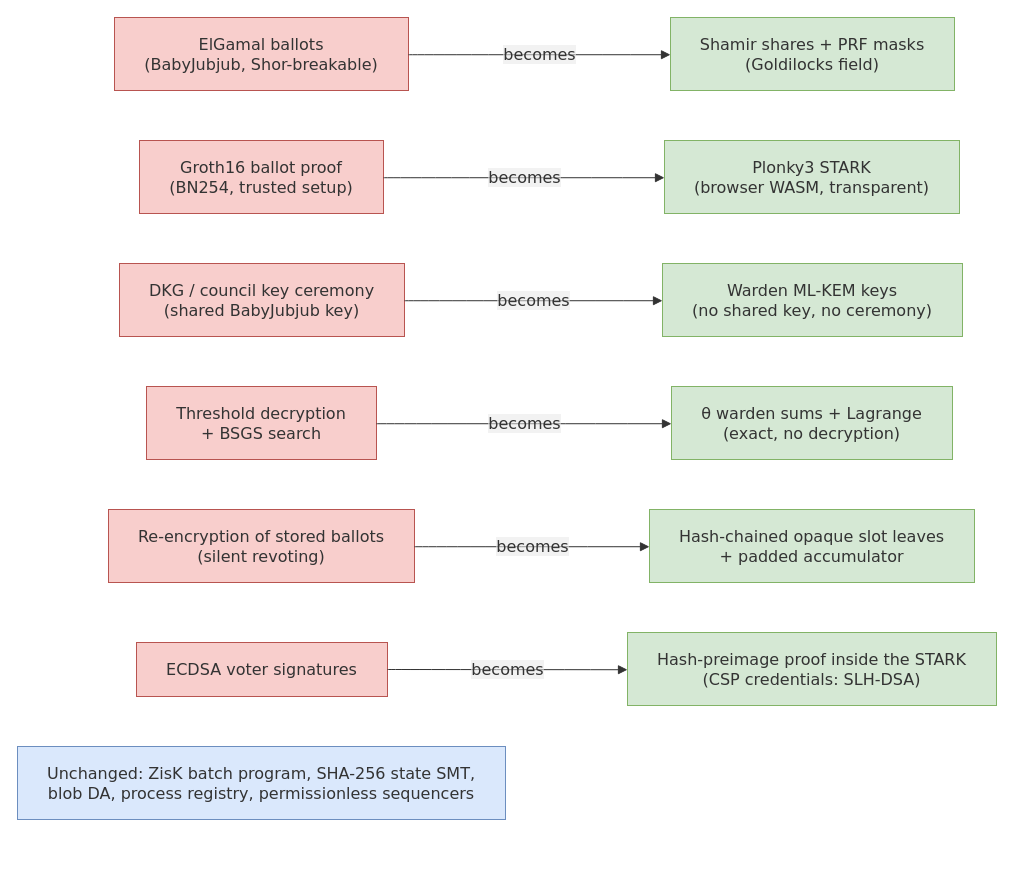
This is v3-pq/figures/src/architecture-delta.drawio from vocdoni/davinci-paper, a draw.io file, before an edit. Source tidied: cells renumbered, new cells numbered last; positions are measured from the earlier drawing's top-left corner, leaving out a move shared by most shapes. Both pictures are drawn from the tidied source at 100%, with x=0, y=0 at pixel (17, 17).
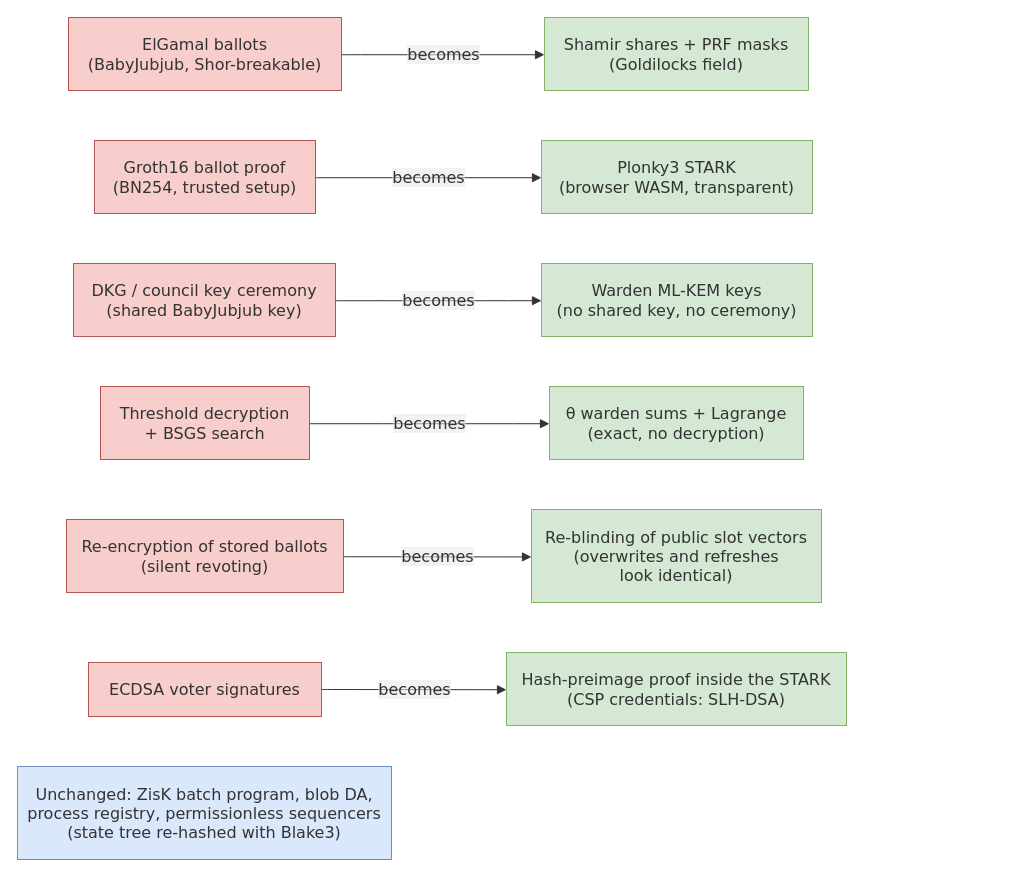
The same diagram, later.

The edit, as a diff of the source:
```diff
@@
     <mxCell id="2" value="ElGamal ballots&#10;(BabyJubjub, Shor-breakable)" style="html=1;whiteSpace=wrap;strokeWidth=1;fillColor=#f8cecc;strokeColor=#b85450;fontColor=light-dark(#333333,#cccccc);fontFamily=Trebuchet MS,Verdana,Arial,sans-serif;fontSize=16;" parent="1" vertex="1">
-      <mxGeometry x="97" width="294" height="73" as="geometry" />
+      <mxGeometry x="51" width="273" height="73" as="geometry" />
     </mxCell>
     <mxCell id="3" value="Shamir shares + PRF masks&#10;(Goldilocks field)" style="html=1;whiteSpace=wrap;strokeWidth=1;fillColor=#d5e8d4;strokeColor=#82b366;fontColor=light-dark(#333333,#cccccc);fontFamily=Trebuchet MS,Verdana,Arial,sans-serif;fontSize=16;" parent="1" vertex="1">
-      <mxGeometry x="653" width="284" height="73" as="geometry" />
+      <mxGeometry x="527" width="264" height="73" as="geometry" />
     </mxCell>
     <mxCell id="4" value="Groth16 ballot proof&#10;(BN254, trusted setup)" style="html=1;whiteSpace=wrap;strokeWidth=1;fillColor=#f8cecc;strokeColor=#b85450;fontColor=light-dark(#333333,#cccccc);fontFamily=Trebuchet MS,Verdana,Arial,sans-serif;fontSize=16;" parent="1" vertex="1">
-      <mxGeometry x="122" y="123" width="244" height="73" as="geometry" />
+      <mxGeometry x="77" y="123" width="221" height="73" as="geometry" />
     </mxCell>
     <mxCell id="5" value="Plonky3 STARK&#10;(browser WASM, transparent)" style="html=1;whiteSpace=wrap;strokeWidth=1;fillColor=#d5e8d4;strokeColor=#82b366;fontColor=light-dark(#333333,#cccccc);fontFamily=Trebuchet MS,Verdana,Arial,sans-serif;fontSize=16;" parent="1" vertex="1">
-      <mxGeometry x="647" y="123" width="295" height="73" as="geometry" />
+      <mxGeometry x="524" y="123" width="271" height="73" as="geometry" />
     </mxCell>
     <mxCell id="6" value="DKG / council key ceremony&#10;(shared BabyJubjub key)" style="html=1;whiteSpace=wrap;strokeWidth=1;fillColor=#f8cecc;strokeColor=#b85450;fontColor=light-dark(#333333,#cccccc);fontFamily=Trebuchet MS,Verdana,Arial,sans-serif;fontSize=16;" parent="1" vertex="1">
-      <mxGeometry x="102" y="246" width="285" height="73" as="geometry" />
+      <mxGeometry x="56" y="246" width="262" height="73" as="geometry" />
     </mxCell>
     <mxCell id="7" value="Warden ML-KEM keys&#10;(no shared key, no ceremony)" style="html=1;whiteSpace=wrap;strokeWidth=1;fillColor=#d5e8d4;strokeColor=#82b366;fontColor=light-dark(#333333,#cccccc);fontFamily=Trebuchet MS,Verdana,Arial,sans-serif;fontSize=16;" parent="1" vertex="1">
-      <mxGeometry x="645" y="246" width="300" height="73" as="geometry" />
+      <mxGeometry x="524" y="246" width="271" height="73" as="geometry" />
     </mxCell>
     <mxCell id="8" value="Threshold decryption&#10;+ BSGS search" style="html=1;whiteSpace=wrap;strokeWidth=1;fillColor=#f8cecc;strokeColor=#b85450;fontColor=light-dark(#333333,#cccccc);fontFamily=Trebuchet MS,Verdana,Arial,sans-serif;fontSize=16;" parent="1" vertex="1">
-      <mxGeometry x="129" y="369" width="230" height="73" as="geometry" />
+      <mxGeometry x="83" y="369" width="209" height="73" as="geometry" />
     </mxCell>
     <mxCell id="9" value="θ warden sums + Lagrange&#10;(exact, no decryption)" style="html=1;whiteSpace=wrap;strokeWidth=1;fillColor=#d5e8d4;strokeColor=#82b366;fontColor=light-dark(#333333,#cccccc);fontFamily=Trebuchet MS,Verdana,Arial,sans-serif;fontSize=16;" parent="1" vertex="1">
-      <mxGeometry x="654" y="369" width="281" height="73" as="geometry" />
+      <mxGeometry x="532" y="369" width="254" height="73" as="geometry" />
     </mxCell>
     <mxCell id="10" value="Re-encryption of stored ballots&#10;(silent revoting)" style="html=1;whiteSpace=wrap;strokeWidth=1;fillColor=#f8cecc;strokeColor=#b85450;fontColor=light-dark(#333333,#cccccc);fontFamily=Trebuchet MS,Verdana,Arial,sans-serif;fontSize=16;" parent="1" vertex="1">
-      <mxGeometry x="91" y="492" width="306" height="73" as="geometry" />
+      <mxGeometry x="49" y="502" width="277" height="73" as="geometry" />
     </mxCell>
-    <mxCell id="11" value="Hash-chained opaque slot leaves&#10;+ padded accumulator" style="html=1;whiteSpace=wrap;strokeWidth=1;fillColor=#d5e8d4;strokeColor=#82b366;fontColor=light-dark(#333333,#cccccc);fontFamily=Trebuchet MS,Verdana,Arial,sans-serif;fontSize=16;" parent="1" vertex="1">
-      <mxGeometry x="632" y="492" width="325" height="73" as="geometry" />
+    <mxCell id="11" value="Re-blinding of public slot vectors&#10;(overwrites and refreshes&#10;look identical)" style="html=1;whiteSpace=wrap;strokeWidth=1;fillColor=#d5e8d4;strokeColor=#82b366;fontColor=light-dark(#333333,#cccccc);fontFamily=Trebuchet MS,Verdana,Arial,sans-serif;fontSize=16;" parent="1" vertex="1">
+      <mxGeometry x="514" y="492" width="290" height="93" as="geometry" />
     </mxCell>
     <mxCell id="12" value="ECDSA voter signatures" style="html=1;whiteSpace=wrap;strokeWidth=1;fillColor=#f8cecc;strokeColor=#b85450;fontColor=light-dark(#333333,#cccccc);fontFamily=Trebuchet MS,Verdana,Arial,sans-serif;fontSize=16;" parent="1" vertex="1">
-      <mxGeometry x="119" y="625" width="251" height="54" as="geometry" />
+      <mxGeometry x="71" y="645" width="233" height="54" as="geometry" />
     </mxCell>
     <mxCell id="13" value="Hash-preimage proof inside the STARK&#10;(CSP credentials: SLH-DSA)" style="html=1;whiteSpace=wrap;strokeWidth=1;fillColor=#d5e8d4;strokeColor=#82b366;fontColor=light-dark(#333333,#cccccc);fontFamily=Trebuchet MS,Verdana,Arial,sans-serif;fontSize=16;" parent="1" vertex="1">
-      <mxGeometry x="610" y="615" width="369" height="73" as="geometry" />
+      <mxGeometry x="489" y="635" width="340" height="73" as="geometry" />
     </mxCell>
-    <mxCell id="14" value="Unchanged: ZisK batch program, SHA-256 state SMT,&#10;blob DA, process registry, permissionless sequencers" style="html=1;whiteSpace=wrap;strokeWidth=1;fillColor=#dae8fc;strokeColor=#6c8ebf;fontColor=light-dark(#333333,#cccccc);fontFamily=Trebuchet MS,Verdana,Arial,sans-serif;fontSize=16;" parent="1" vertex="1">
-      <mxGeometry y="729" width="488" height="73" as="geometry" />
+    <mxCell id="14" value="Unchanged: ZisK batch program, blob DA,&#10;process registry, permissionless sequencers&#10;(state tree re-hashed with Blake3)" style="html=1;whiteSpace=wrap;strokeWidth=1;fillColor=#dae8fc;strokeColor=#6c8ebf;fontColor=light-dark(#333333,#cccccc);fontFamily=Trebuchet MS,Verdana,Arial,sans-serif;fontSize=16;" parent="1" vertex="1">
+      <mxGeometry y="749" width="374" height="93" as="geometry" />
     </mxCell>
```
